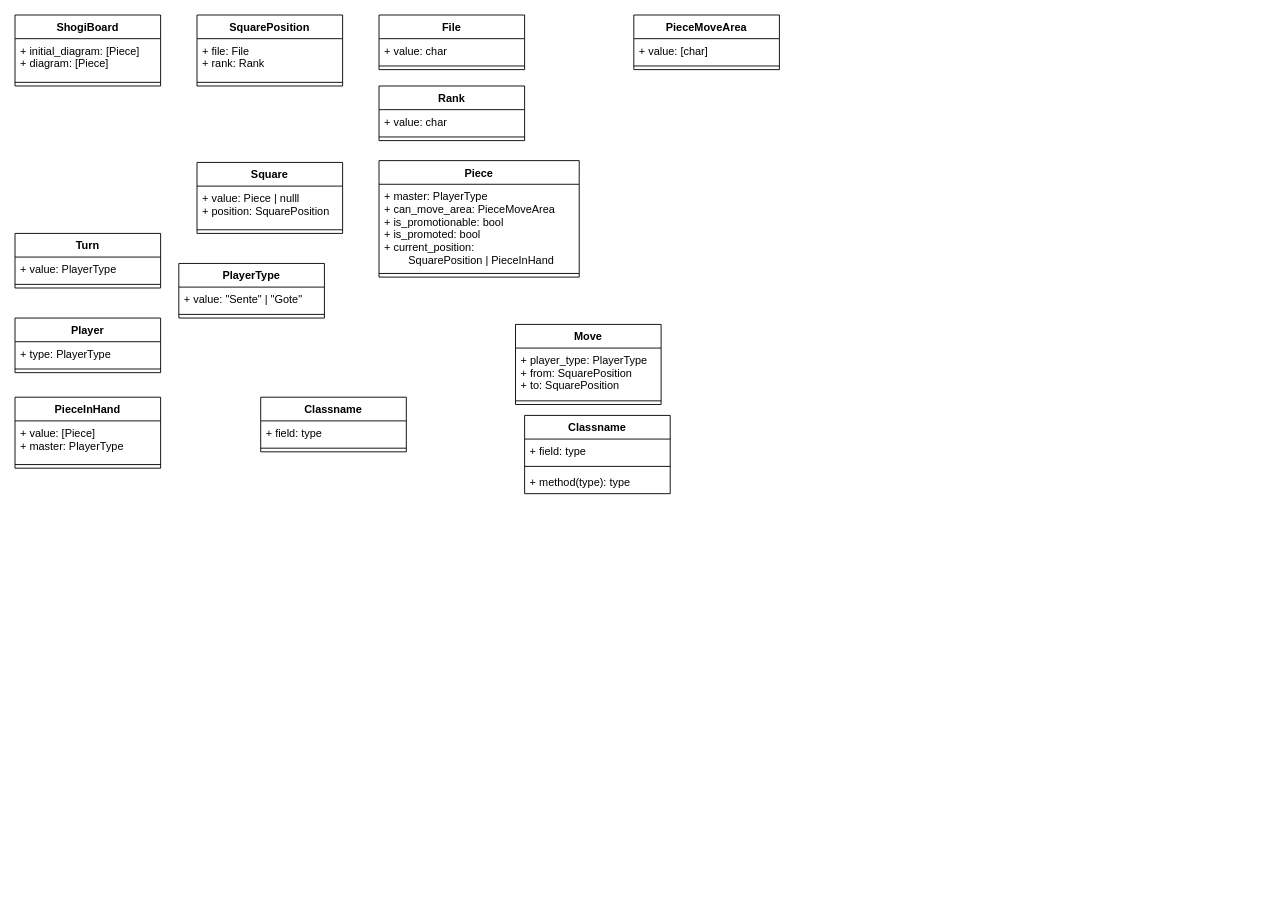
Earlier version of the draw.io diagram page "クラス図" (4 of 5) of システム関連図.drawio (HaruyaFujimoto/ts-shogi-docs). Source tidied: cells renumbered, new cells numbered last; positions are measured from the earlier drawing's top-left corner, leaving out a move shared by most shapes. Both pictures are drawn from the tidied source at 91%, with x=0, y=0 at pixel (15, 15).
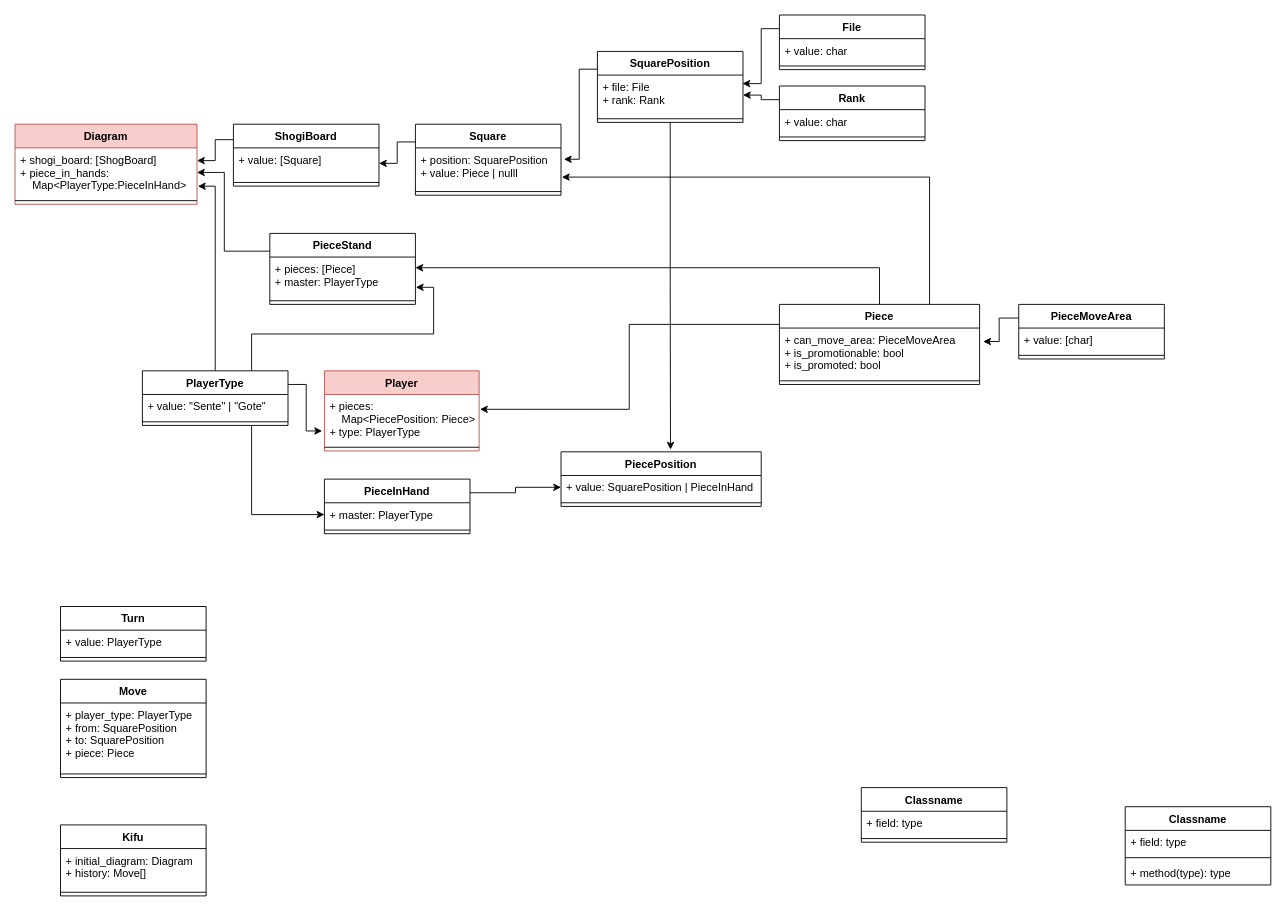
The same page after the edit.

Unchanged cells that the change refers to:
```xml
<mxCell id="37" value="+ file: File&#10;+ rank: Rank" style="text;strokeColor=none;fillColor=none;align=left;verticalAlign=top;spacingLeft=4;spacingRight=4;overflow=hidden;points=[[0,0.5],[1,0.5]];portConstraint=eastwest;" parent="36" vertex="1">
  <mxGeometry y="26" width="160" height="44" as="geometry" />
</mxCell>
```

Diff of the diagram source:
```diff
@@
+    <mxCell id="45" style="edgeStyle=orthogonalEdgeStyle;rounded=0;jettySize=auto;html=1;exitX=0.5;exitY=0;exitDx=0;exitDy=0;entryX=1;entryY=0.266;entryDx=0;entryDy=0;entryPerimeter=0;" parent="1" edge="1" source="2" target="22">
+      <mxGeometry relative="1" as="geometry" />
+    </mxCell>
+    <mxCell id="46" style="edgeStyle=orthogonalEdgeStyle;rounded=0;jettySize=auto;html=1;exitX=0;exitY=0.25;exitDx=0;exitDy=0;entryX=1.006;entryY=0.301;entryDx=0;entryDy=0;entryPerimeter=0;" parent="1" edge="1" source="2" target="25">
+      <mxGeometry relative="1" as="geometry" />
+    </mxCell>
+    <mxCell id="47" style="edgeStyle=orthogonalEdgeStyle;rounded=0;jettySize=auto;html=1;exitX=0.75;exitY=0;exitDx=0;exitDy=0;entryX=1.006;entryY=0.73;entryDx=0;entryDy=0;entryPerimeter=0;" parent="1" edge="1" source="2" target="9">
+      <mxGeometry relative="1" as="geometry" />
+    </mxCell>
     <mxCell id="2" value="Piece" style="swimlane;fontStyle=1;align=center;verticalAlign=top;horizontal=1;startSize=26;" parent="1" vertex="1">
-      <mxGeometry x="400" y="160" width="220" height="128" as="geometry" />
+      <mxGeometry x="840" y="318" width="220" height="88" as="geometry" />
     </mxCell>
-    <mxCell id="3" value="+ master: PlayerType&#10;+ can_move_area: PieceMoveArea&#10;+ is_promotionable: bool&#10;+ is_promoted: bool&#10;+ current_position:&#10;        SquarePosition | PieceInHand" style="text;strokeColor=none;fillColor=none;align=left;verticalAlign=top;spacingLeft=4;spacingRight=4;overflow=hidden;points=[[0,0.5],[1,0.5]];portConstraint=eastwest;" parent="2" vertex="1">
-      <mxGeometry y="26" width="220" height="94" as="geometry" />
+    <mxCell id="3" value="+ can_move_area: PieceMoveArea&#10;+ is_promotionable: bool&#10;+ is_promoted: bool" style="text;strokeColor=none;fillColor=none;align=left;verticalAlign=top;spacingLeft=4;spacingRight=4;overflow=hidden;points=[[0,0.5],[1,0.5]];portConstraint=eastwest;" parent="2" vertex="1">
+      <mxGeometry y="26" width="220" height="54" as="geometry" />
     </mxCell>
     <mxCell id="4" style="line;strokeWidth=1;fillColor=none;align=left;verticalAlign=middle;spacingTop=-1;spacingLeft=3;spacingRight=3;labelPosition=right;" parent="2" vertex="1">
-      <mxGeometry y="120" width="220" height="8" as="geometry" />
+      <mxGeometry y="80" width="220" height="8" as="geometry" />
     </mxCell>
+    <mxCell id="48" style="edgeStyle=orthogonalEdgeStyle;rounded=0;jettySize=auto;html=1;exitX=0;exitY=0.25;exitDx=0;exitDy=0;entryX=1;entryY=0.259;entryDx=0;entryDy=0;entryPerimeter=0;" parent="1" edge="1" source="5" target="61">
+      <mxGeometry relative="1" as="geometry" />
+    </mxCell>
     <mxCell id="5" value="ShogiBoard" style="swimlane;fontStyle=1;align=center;verticalAlign=top;horizontal=1;startSize=26;" parent="1" vertex="1">
-      <mxGeometry width="160" height="78" as="geometry" />
+      <mxGeometry x="240" y="120" width="160" height="68" as="geometry" />
     </mxCell>
-    <mxCell id="6" value="+ initial_diagram: [Piece]&#10;+ diagram: [Piece]" style="text;strokeColor=none;fillColor=none;align=left;verticalAlign=top;spacingLeft=4;spacingRight=4;overflow=hidden;points=[[0,0.5],[1,0.5]];portConstraint=eastwest;" parent="5" vertex="1">
-      <mxGeometry y="26" width="160" height="44" as="geometry" />
+    <mxCell id="6" value="+ value: [Square]" style="text;strokeColor=none;fillColor=none;align=left;verticalAlign=top;spacingLeft=4;spacingRight=4;overflow=hidden;points=[[0,0.5],[1,0.5]];portConstraint=eastwest;" parent="5" vertex="1">
+      <mxGeometry y="26" width="160" height="34" as="geometry" />
     </mxCell>
     <mxCell id="7" style="line;strokeWidth=1;fillColor=none;align=left;verticalAlign=middle;spacingTop=-1;spacingLeft=3;spacingRight=3;labelPosition=right;" parent="5" vertex="1">
-      <mxGeometry y="70" width="160" height="8" as="geometry" />
+      <mxGeometry y="60" width="160" height="8" as="geometry" />
     </mxCell>
+    <mxCell id="49" style="edgeStyle=orthogonalEdgeStyle;rounded=0;jettySize=auto;html=1;exitX=0;exitY=0.25;exitDx=0;exitDy=0;entryX=1;entryY=0.5;entryDx=0;entryDy=0;" parent="1" edge="1" source="8" target="6">
+      <mxGeometry relative="1" as="geometry" />
+    </mxCell>
     <mxCell id="8" value="Square" style="swimlane;fontStyle=1;align=center;verticalAlign=top;horizontal=1;startSize=26;" parent="1" vertex="1">
-      <mxGeometry x="200" y="162" width="160" height="78" as="geometry" />
+      <mxGeometry x="440" y="120" width="160" height="78" as="geometry" />
     </mxCell>
-    <mxCell id="9" value="+ value: Piece | nulll&#10;+ position: SquarePosition" style="text;strokeColor=none;fillColor=none;align=left;verticalAlign=top;spacingLeft=4;spacingRight=4;overflow=hidden;points=[[0,0.5],[1,0.5]];portConstraint=eastwest;" parent="8" vertex="1">
+    <mxCell id="9" value="+ position: SquarePosition&#10;+ value: Piece | nulll" style="text;strokeColor=none;fillColor=none;align=left;verticalAlign=top;spacingLeft=4;spacingRight=4;overflow=hidden;points=[[0,0.5],[1,0.5]];portConstraint=eastwest;" parent="8" vertex="1">
       <mxGeometry y="26" width="160" height="44" as="geometry" />
     </mxCell>
@@
     <mxCell id="11" value="Classname" style="swimlane;fontStyle=1;align=center;verticalAlign=top;horizontal=1;startSize=26;" parent="1" vertex="1">
-      <mxGeometry x="560" y="440" width="160" height="86" as="geometry" />
+      <mxGeometry x="1220" y="870" width="160" height="86" as="geometry" />
     </mxCell>
@@
+    <mxCell id="50" style="edgeStyle=orthogonalEdgeStyle;rounded=0;jettySize=auto;html=1;exitX=0;exitY=0.25;exitDx=0;exitDy=0;entryX=1.018;entryY=0.274;entryDx=0;entryDy=0;entryPerimeter=0;" parent="1" edge="1" source="15" target="3">
+      <mxGeometry relative="1" as="geometry" />
+    </mxCell>
     <mxCell id="15" value="PieceMoveArea" style="swimlane;fontStyle=1;align=center;verticalAlign=top;horizontal=1;startSize=26;" parent="1" vertex="1">
-      <mxGeometry x="680" width="160" height="60" as="geometry" />
+      <mxGeometry x="1103" y="318" width="160" height="60" as="geometry" />
     </mxCell>
@@
     <mxCell id="18" value="Turn" style="swimlane;fontStyle=1;align=center;verticalAlign=top;horizontal=1;startSize=26;" parent="1" vertex="1">
-      <mxGeometry y="240" width="160" height="60" as="geometry" />
+      <mxGeometry x="50" y="650" width="160" height="60" as="geometry" />
     </mxCell>
@@
+    <mxCell id="51" style="edgeStyle=orthogonalEdgeStyle;rounded=0;jettySize=auto;html=1;exitX=0;exitY=0.25;exitDx=0;exitDy=0;entryX=1;entryY=0.5;entryDx=0;entryDy=0;" parent="1" edge="1" source="21" target="61">
+      <mxGeometry relative="1" as="geometry">
+        <Array as="points">
+          <mxPoint x="230" y="260" />
+          <mxPoint x="230" y="173" />
+        </Array>
+      </mxGeometry>
+    </mxCell>
-    <mxCell id="21" value="PieceInHand" style="swimlane;fontStyle=1;align=center;verticalAlign=top;horizontal=1;startSize=26;" parent="1" vertex="1">
-      <mxGeometry y="420" width="160" height="78" as="geometry" />
+    <mxCell id="21" value="PieceStand" style="swimlane;fontStyle=1;align=center;verticalAlign=top;horizontal=1;startSize=26;" parent="1" vertex="1">
+      <mxGeometry x="280" y="240" width="160" height="78" as="geometry" />
     </mxCell>
-    <mxCell id="22" value="+ value: [Piece]&#10;+ master: PlayerType" style="text;strokeColor=none;fillColor=none;align=left;verticalAlign=top;spacingLeft=4;spacingRight=4;overflow=hidden;points=[[0,0.5],[1,0.5]];portConstraint=eastwest;" parent="21" vertex="1">
+    <mxCell id="22" value="+ pieces: [Piece]&#10;+ master: PlayerType" style="text;strokeColor=none;fillColor=none;align=left;verticalAlign=top;spacingLeft=4;spacingRight=4;overflow=hidden;points=[[0,0.5],[1,0.5]];portConstraint=eastwest;" parent="21" vertex="1">
       <mxGeometry y="26" width="160" height="44" as="geometry" />
     </mxCell>
@@
-    <mxCell id="24" value="Player" style="swimlane;fontStyle=1;align=center;verticalAlign=top;horizontal=1;startSize=26;" parent="1" vertex="1">
-      <mxGeometry y="333" width="160" height="60" as="geometry" />
+    <mxCell id="24" value="Player" style="swimlane;fontStyle=1;align=center;verticalAlign=top;horizontal=1;startSize=26;fillColor=#f8cecc;strokeColor=#b85450;" parent="1" vertex="1">
+      <mxGeometry x="340" y="391" width="170" height="88" as="geometry" />
     </mxCell>
-    <mxCell id="25" value="+ type: PlayerType" style="text;strokeColor=none;fillColor=none;align=left;verticalAlign=top;spacingLeft=4;spacingRight=4;overflow=hidden;points=[[0,0.5],[1,0.5]];portConstraint=eastwest;" parent="24" vertex="1">
-      <mxGeometry y="26" width="160" height="26" as="geometry" />
+    <mxCell id="25" value="+ pieces:&#10;    Map&lt;PiecePosition: Piece&gt;&#10;+ type: PlayerType" style="text;strokeColor=none;fillColor=none;align=left;verticalAlign=top;spacingLeft=4;spacingRight=4;overflow=hidden;points=[[0,0.5],[1,0.5]];portConstraint=eastwest;" parent="24" vertex="1">
+      <mxGeometry y="26" width="170" height="54" as="geometry" />
     </mxCell>
     <mxCell id="26" style="line;strokeWidth=1;fillColor=none;align=left;verticalAlign=middle;spacingTop=-1;spacingLeft=3;spacingRight=3;labelPosition=right;" parent="24" vertex="1">
-      <mxGeometry y="52" width="160" height="8" as="geometry" />
+      <mxGeometry y="80" width="170" height="8" as="geometry" />
     </mxCell>
+    <mxCell id="52" style="edgeStyle=orthogonalEdgeStyle;rounded=0;jettySize=auto;html=1;exitX=1;exitY=0.25;exitDx=0;exitDy=0;entryX=-0.015;entryY=0.742;entryDx=0;entryDy=0;entryPerimeter=0;" parent="1" edge="1" source="27" target="25">
+      <mxGeometry relative="1" as="geometry" />
+    </mxCell>
+    <mxCell id="53" style="edgeStyle=orthogonalEdgeStyle;rounded=0;jettySize=auto;html=1;exitX=0.75;exitY=0;exitDx=0;exitDy=0;entryX=1.003;entryY=0.755;entryDx=0;entryDy=0;entryPerimeter=0;" parent="1" edge="1" source="27" target="22">
+      <mxGeometry relative="1" as="geometry" />
+    </mxCell>
+    <mxCell id="54" style="edgeStyle=orthogonalEdgeStyle;rounded=0;jettySize=auto;html=1;exitX=0.5;exitY=0;exitDx=0;exitDy=0;entryX=1.005;entryY=0.78;entryDx=0;entryDy=0;entryPerimeter=0;" parent="1" edge="1" source="27" target="61">
+      <mxGeometry relative="1" as="geometry" />
+    </mxCell>
+    <mxCell id="55" style="edgeStyle=orthogonalEdgeStyle;rounded=0;jettySize=auto;html=1;exitX=0.75;exitY=1;exitDx=0;exitDy=0;entryX=0;entryY=0.5;entryDx=0;entryDy=0;" parent="1" edge="1" source="27" target="71">
+      <mxGeometry relative="1" as="geometry" />
+    </mxCell>
     <mxCell id="27" value="PlayerType" style="swimlane;fontStyle=1;align=center;verticalAlign=top;horizontal=1;startSize=26;" parent="1" vertex="1">
-      <mxGeometry x="180" y="273" width="160" height="60" as="geometry" />
+      <mxGeometry x="140" y="391" width="160" height="60" as="geometry" />
     </mxCell>
@@
     <mxCell id="30" value="Classname" style="swimlane;fontStyle=1;align=center;verticalAlign=top;horizontal=1;startSize=26;" parent="1" vertex="1">
-      <mxGeometry x="270" y="420" width="160" height="60" as="geometry" />
+      <mxGeometry x="930" y="849" width="160" height="60" as="geometry" />
     </mxCell>
@@
     <mxCell id="33" value="Move" style="swimlane;fontStyle=1;align=center;verticalAlign=top;horizontal=1;startSize=26;" parent="1" vertex="1">
-      <mxGeometry x="550" y="340" width="160" height="88" as="geometry" />
+      <mxGeometry x="50" y="730" width="160" height="108" as="geometry" />
     </mxCell>
-    <mxCell id="34" value="+ player_type: PlayerType&#10;+ from: SquarePosition&#10;+ to: SquarePosition" style="text;strokeColor=none;fillColor=none;align=left;verticalAlign=top;spacingLeft=4;spacingRight=4;overflow=hidden;" parent="33" vertex="1">
-      <mxGeometry y="26" width="160" height="54" as="geometry" />
+    <mxCell id="34" value="+ player_type: PlayerType&#10;+ from: SquarePosition&#10;+ to: SquarePosition&#10;+ piece: Piece" style="text;strokeColor=none;fillColor=none;align=left;verticalAlign=top;spacingLeft=4;spacingRight=4;overflow=hidden;" parent="33" vertex="1">
+      <mxGeometry y="26" width="160" height="74" as="geometry" />
     </mxCell>
     <mxCell id="35" style="line;strokeWidth=1;fillColor=none;align=left;verticalAlign=middle;spacingTop=-1;spacingLeft=3;spacingRight=3;labelPosition=right;" parent="33" vertex="1">
-      <mxGeometry y="80" width="160" height="8" as="geometry" />
+      <mxGeometry y="100" width="160" height="8" as="geometry" />
     </mxCell>
+    <mxCell id="56" style="edgeStyle=orthogonalEdgeStyle;rounded=0;jettySize=auto;html=1;exitX=0;exitY=0.25;exitDx=0;exitDy=0;entryX=1.02;entryY=0.283;entryDx=0;entryDy=0;entryPerimeter=0;" parent="1" edge="1" source="36" target="9">
+      <mxGeometry relative="1" as="geometry" />
+    </mxCell>
+    <mxCell id="57" style="edgeStyle=orthogonalEdgeStyle;rounded=0;jettySize=auto;html=1;exitX=0.5;exitY=1;exitDx=0;exitDy=0;entryX=0.547;entryY=-0.041;entryDx=0;entryDy=0;entryPerimeter=0;" parent="1" edge="1" source="36" target="66">
+      <mxGeometry relative="1" as="geometry" />
+    </mxCell>
     <mxCell id="36" value="SquarePosition" style="swimlane;fontStyle=1;align=center;verticalAlign=top;horizontal=1;startSize=26;" parent="1" vertex="1">
-      <mxGeometry x="200" width="160" height="78" as="geometry" />
+      <mxGeometry x="640" y="40" width="160" height="78" as="geometry" />
     </mxCell>
@@
+    <mxCell id="58" style="edgeStyle=orthogonalEdgeStyle;rounded=0;jettySize=auto;html=1;exitX=0;exitY=0.25;exitDx=0;exitDy=0;entryX=1;entryY=0.5;entryDx=0;entryDy=0;" parent="1" edge="1" source="39" target="37">
+      <mxGeometry relative="1" as="geometry" />
+    </mxCell>
     <mxCell id="39" value="Rank" style="swimlane;fontStyle=1;align=center;verticalAlign=top;horizontal=1;startSize=26;" parent="1" vertex="1">
-      <mxGeometry x="400" y="78" width="160" height="60" as="geometry" />
+      <mxGeometry x="840" y="78" width="160" height="60" as="geometry" />
     </mxCell>
@@
+    <mxCell id="59" style="edgeStyle=orthogonalEdgeStyle;rounded=0;jettySize=auto;html=1;exitX=0;exitY=0.25;exitDx=0;exitDy=0;entryX=0.996;entryY=0.213;entryDx=0;entryDy=0;entryPerimeter=0;" parent="1" edge="1" source="42" target="37">
+      <mxGeometry relative="1" as="geometry" />
+    </mxCell>
     <mxCell id="42" value="File" style="swimlane;fontStyle=1;align=center;verticalAlign=top;horizontal=1;startSize=26;" parent="1" vertex="1">
-      <mxGeometry x="400" width="160" height="60" as="geometry" />
+      <mxGeometry x="840" width="160" height="60" as="geometry" />
     </mxCell>
@@
+    <mxCell id="60" value="Diagram" style="swimlane;fontStyle=1;align=center;verticalAlign=top;horizontal=1;startSize=26;fillColor=#f8cecc;strokeColor=#b85450;" parent="1" vertex="1">
+      <mxGeometry y="120" width="200" height="88" as="geometry" />
+    </mxCell>
+    <mxCell id="61" value="+ shogi_board: [ShogBoard]&#10;+ piece_in_hands:&#10;    Map&lt;PlayerType:PieceInHand&gt;" style="text;strokeColor=none;fillColor=none;align=left;verticalAlign=top;spacingLeft=4;spacingRight=4;overflow=hidden;points=[[0,0.5],[1,0.5]];portConstraint=eastwest;" parent="60" vertex="1">
+      <mxGeometry y="26" width="200" height="54" as="geometry" />
+    </mxCell>
+    <mxCell id="62" style="line;strokeWidth=1;fillColor=none;align=left;verticalAlign=middle;spacingTop=-1;spacingLeft=3;spacingRight=3;labelPosition=right;" parent="60" vertex="1">
+      <mxGeometry y="80" width="200" height="8" as="geometry" />
+    </mxCell>
+    <mxCell id="63" value="Kifu" style="swimlane;fontStyle=1;align=center;verticalAlign=top;horizontal=1;startSize=26;" parent="1" vertex="1">
+      <mxGeometry x="50" y="890" width="160" height="78" as="geometry" />
+    </mxCell>
+    <mxCell id="64" value="+ initial_diagram: Diagram&#10;+ history: Move[]" style="text;strokeColor=none;fillColor=none;align=left;verticalAlign=top;spacingLeft=4;spacingRight=4;overflow=hidden;" parent="63" vertex="1">
+      <mxGeometry y="26" width="160" height="44" as="geometry" />
+    </mxCell>
+    <mxCell id="65" style="line;strokeWidth=1;fillColor=none;align=left;verticalAlign=middle;spacingTop=-1;spacingLeft=3;spacingRight=3;labelPosition=right;" parent="63" vertex="1">
+      <mxGeometry y="70" width="160" height="8" as="geometry" />
+    </mxCell>
+    <mxCell id="66" value="PiecePosition" style="swimlane;fontStyle=1;align=center;verticalAlign=top;horizontal=1;startSize=26;" parent="1" vertex="1">
+      <mxGeometry x="600" y="480" width="220" height="60" as="geometry" />
+    </mxCell>
+    <mxCell id="67" value="+ value: SquarePosition | PieceInHand" style="text;strokeColor=none;fillColor=none;align=left;verticalAlign=top;spacingLeft=4;spacingRight=4;overflow=hidden;points=[[0,0.5],[1,0.5]];portConstraint=eastwest;" parent="66" vertex="1">
+      <mxGeometry y="26" width="220" height="26" as="geometry" />
+    </mxCell>
+    <mxCell id="68" style="line;strokeWidth=1;fillColor=none;align=left;verticalAlign=middle;spacingTop=-1;spacingLeft=3;spacingRight=3;labelPosition=right;" parent="66" vertex="1">
+      <mxGeometry y="52" width="220" height="8" as="geometry" />
+    </mxCell>
+    <mxCell id="69" style="edgeStyle=orthogonalEdgeStyle;rounded=0;jettySize=auto;html=1;exitX=1;exitY=0.25;exitDx=0;exitDy=0;entryX=0;entryY=0.5;entryDx=0;entryDy=0;" parent="1" edge="1" source="70" target="67">
+      <mxGeometry relative="1" as="geometry" />
+    </mxCell>
+    <mxCell id="70" value="PieceInHand" style="swimlane;fontStyle=1;align=center;verticalAlign=top;horizontal=1;startSize=26;" parent="1" vertex="1">
+      <mxGeometry x="340" y="510" width="160" height="60" as="geometry" />
+    </mxCell>
+    <mxCell id="71" value="+ master: PlayerType" style="text;strokeColor=none;fillColor=none;align=left;verticalAlign=top;spacingLeft=4;spacingRight=4;overflow=hidden;points=[[0,0.5],[1,0.5]];portConstraint=eastwest;" parent="70" vertex="1">
+      <mxGeometry y="26" width="160" height="26" as="geometry" />
+    </mxCell>
+    <mxCell id="72" style="line;strokeWidth=1;fillColor=none;align=left;verticalAlign=middle;spacingTop=-1;spacingLeft=3;spacingRight=3;labelPosition=right;" parent="70" vertex="1">
+      <mxGeometry y="52" width="160" height="8" as="geometry" />
+    </mxCell>
```
